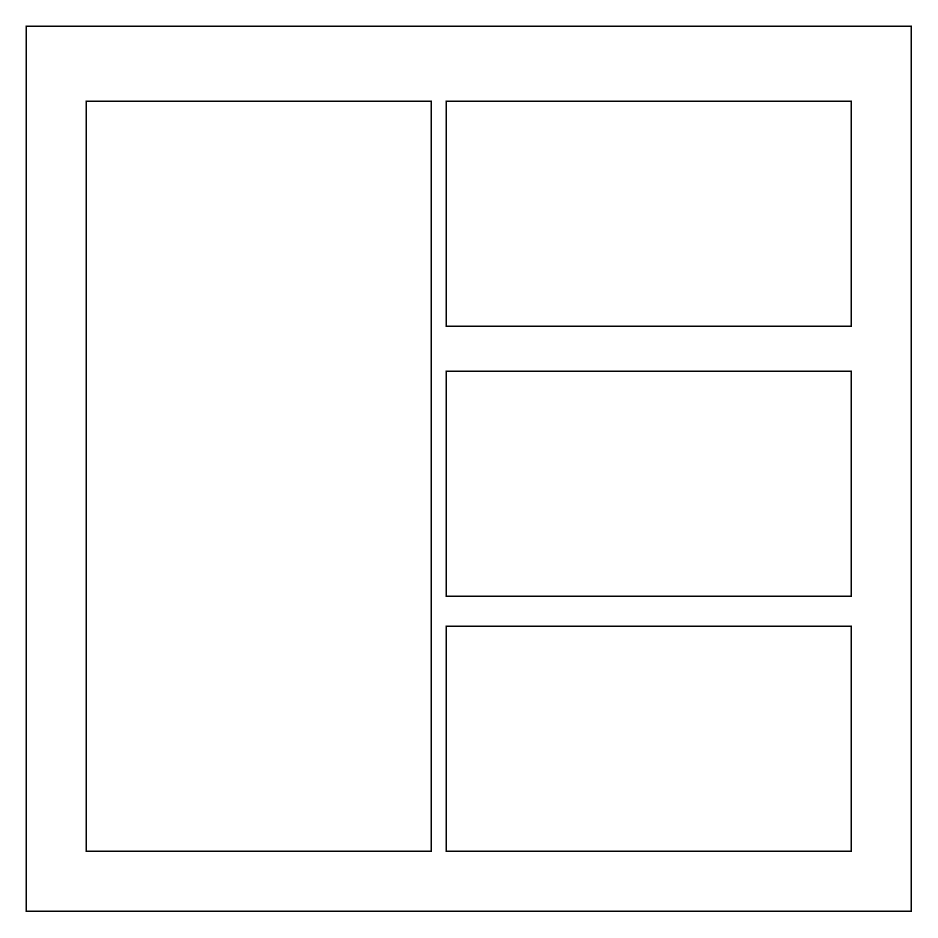
Landcruiser87/adv_mpl keeps this draw.io diagram as scripts/triath.drawio. Above is the earlier version. Source tidied: cells renumbered, new cells numbered last; positions are measured from the earlier drawing's top-left corner, leaving out a move shared by most shapes. Both pictures are drawn from the tidied source at 150%, with x=0, y=0 at pixel (26, 26).
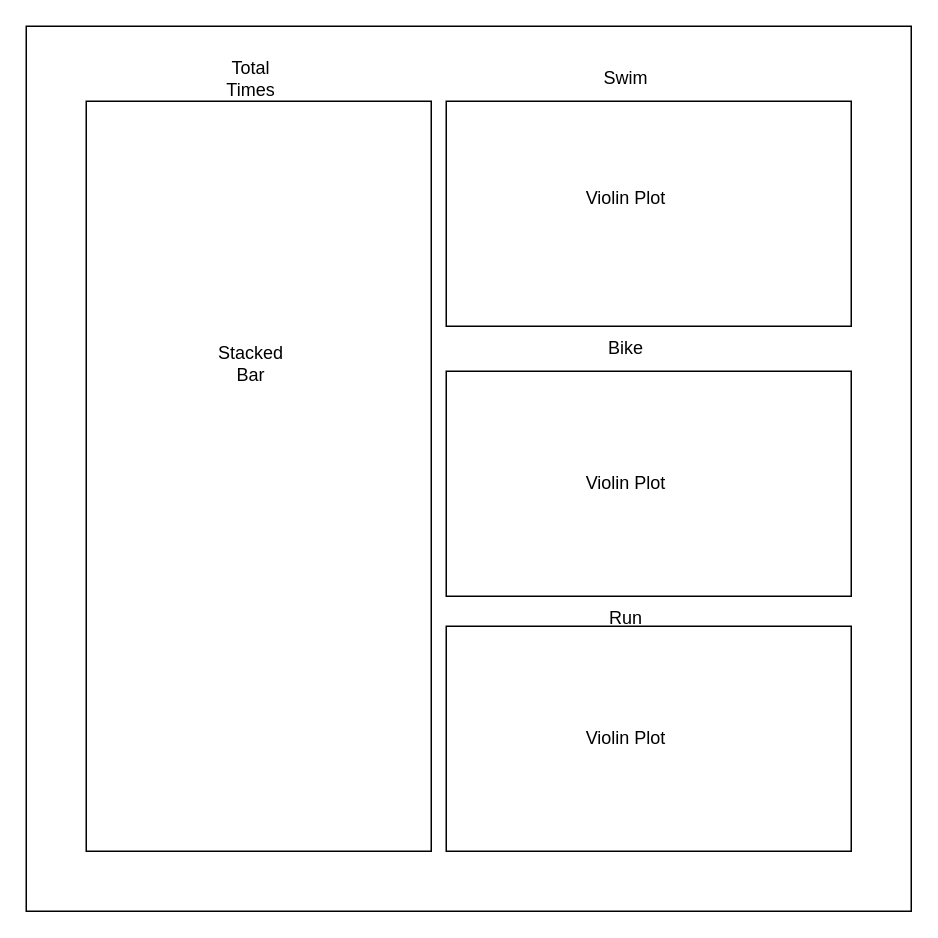
Above is the later version.

Diff of the diagram source:
```diff
@@
 <mxGraphModel>
   <root>
     <mxCell id="0" />
     <mxCell id="1" parent="0" />
     <mxCell id="2" style="whiteSpace=wrap;html=1;" parent="1" vertex="1">
       <mxGeometry width="590" height="590" as="geometry" />
     </mxCell>
     <mxCell id="3" style="rounded=0;whiteSpace=wrap;html=1;" parent="1" vertex="1">
       <mxGeometry x="40" y="50" width="230" height="500" as="geometry" />
     </mxCell>
     <mxCell id="4" style="rounded=0;whiteSpace=wrap;html=1;" parent="1" vertex="1">
       <mxGeometry x="280" y="50" width="270" height="150" as="geometry" />
     </mxCell>
     <mxCell id="5" style="rounded=0;whiteSpace=wrap;html=1;" parent="1" vertex="1">
       <mxGeometry x="280" y="230" width="270" height="150" as="geometry" />
     </mxCell>
     <mxCell id="6" style="rounded=0;whiteSpace=wrap;html=1;" parent="1" vertex="1">
       <mxGeometry x="280" y="400" width="270" height="150" as="geometry" />
     </mxCell>
+    <mxCell id="7" value="Stacked Bar" style="text;html=1;strokeColor=none;fillColor=none;align=center;verticalAlign=middle;whiteSpace=wrap;rounded=0;" parent="1" vertex="1">
+      <mxGeometry x="120" y="210" width="60" height="30" as="geometry" />
+    </mxCell>
+    <mxCell id="8" value="Violin Plot" style="text;html=1;strokeColor=none;fillColor=none;align=center;verticalAlign=middle;whiteSpace=wrap;rounded=0;" parent="1" vertex="1">
+      <mxGeometry x="370" y="100" width="60" height="30" as="geometry" />
+    </mxCell>
+    <mxCell id="9" value="Violin Plot" style="text;html=1;strokeColor=none;fillColor=none;align=center;verticalAlign=middle;whiteSpace=wrap;rounded=0;" parent="1" vertex="1">
+      <mxGeometry x="370" y="290" width="60" height="30" as="geometry" />
+    </mxCell>
+    <mxCell id="10" value="Violin Plot" style="text;html=1;strokeColor=none;fillColor=none;align=center;verticalAlign=middle;whiteSpace=wrap;rounded=0;" parent="1" vertex="1">
+      <mxGeometry x="370" y="460" width="60" height="30" as="geometry" />
+    </mxCell>
+    <mxCell id="11" value="Swim" style="text;html=1;strokeColor=none;fillColor=none;align=center;verticalAlign=middle;whiteSpace=wrap;rounded=0;" parent="1" vertex="1">
+      <mxGeometry x="370" y="20" width="60" height="30" as="geometry" />
+    </mxCell>
+    <mxCell id="12" value="Bike" style="text;html=1;strokeColor=none;fillColor=none;align=center;verticalAlign=middle;whiteSpace=wrap;rounded=0;" parent="1" vertex="1">
+      <mxGeometry x="370" y="200" width="60" height="30" as="geometry" />
+    </mxCell>
+    <mxCell id="13" value="Run" style="text;html=1;strokeColor=none;fillColor=none;align=center;verticalAlign=middle;whiteSpace=wrap;rounded=0;" parent="1" vertex="1">
+      <mxGeometry x="370" y="380" width="60" height="30" as="geometry" />
+    </mxCell>
+    <mxCell id="14" value="Total Times" style="text;html=1;strokeColor=none;fillColor=none;align=center;verticalAlign=middle;whiteSpace=wrap;rounded=0;" parent="1" vertex="1">
+      <mxGeometry x="120" y="20" width="60" height="30" as="geometry" />
+    </mxCell>
   </root>
 </mxGraphModel>
```
